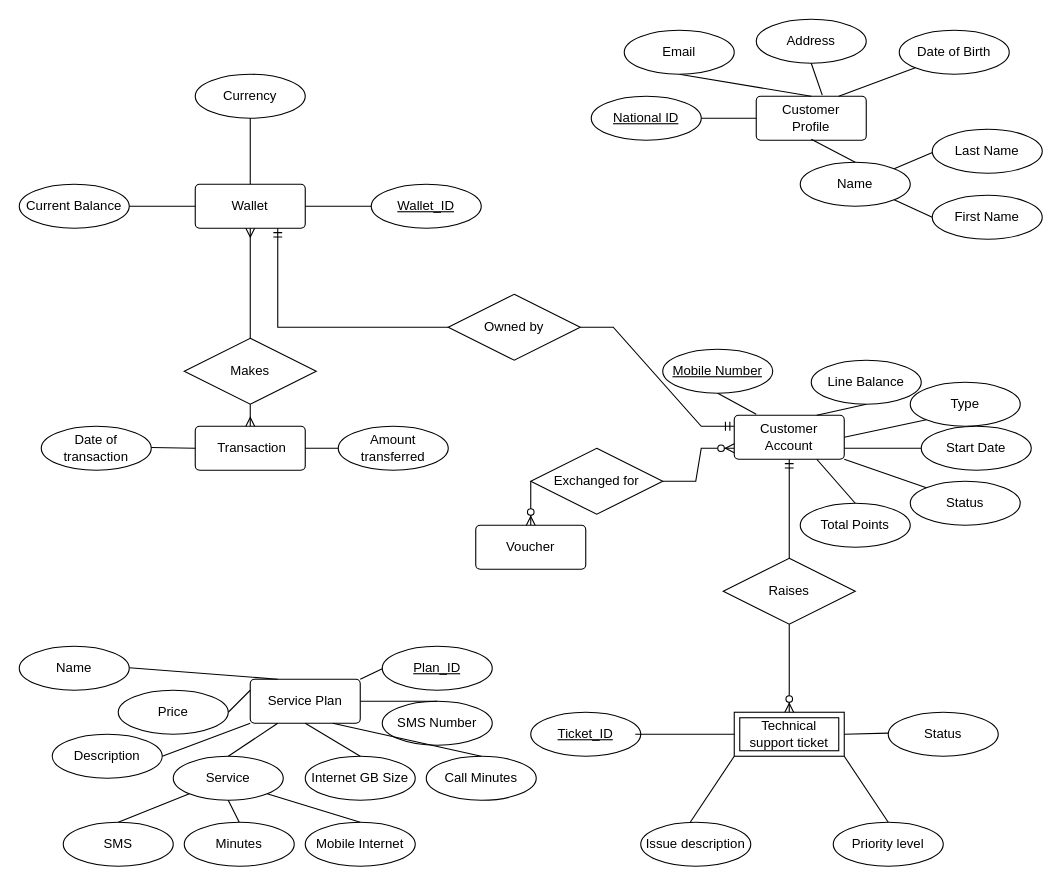
This is Untitled Diagram.drawio from itsfadymate/Customer-Data-Management-System, a draw.io file, before an edit. Source tidied: cells renumbered, new cells numbered last; positions are measured from the earlier drawing's top-left corner, leaving out a move shared by most shapes. Both pictures are drawn from the tidied source at 110%, with x=0, y=0 at pixel (19, 19).
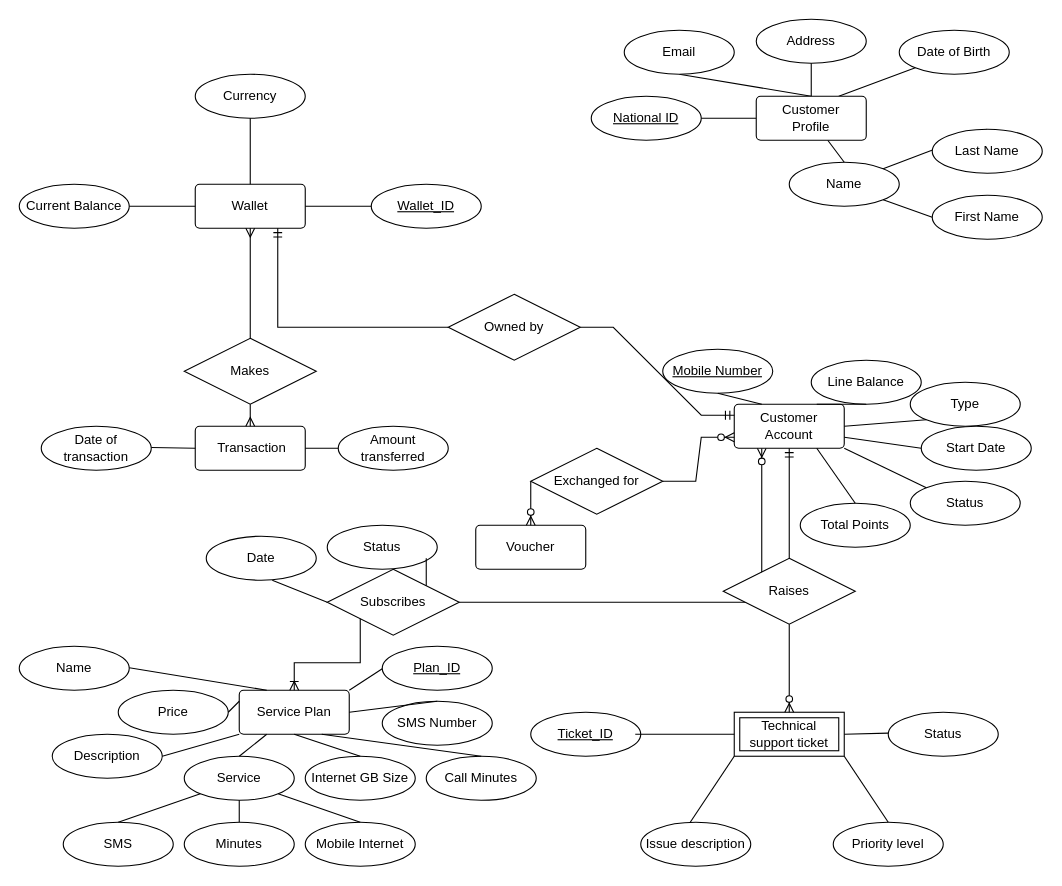
The same page after the edit.

Commit message:
added relation between service plan and customer account

Unchanged cells that the change refers to:
```xml
<mxCell id="27" value="Address" style="ellipse;whiteSpace=wrap;html=1;align=center;" parent="1" vertex="1">
  <mxGeometry x="670" width="100" height="40" as="geometry" />
</mxCell>
<mxCell id="48" value="Mobile Number" style="ellipse;whiteSpace=wrap;html=1;align=center;fontStyle=4;strokeColor=default;verticalAlign=middle;fontFamily=Helvetica;fontSize=12;fontColor=default;fillColor=default;" parent="1" vertex="1">
  <mxGeometry x="585" y="300" width="100" height="40" as="geometry" />
</mxCell>
<mxCell id="74" value="SMS Number" style="ellipse;whiteSpace=wrap;html=1;align=center;" parent="1" vertex="1">
  <mxGeometry x="330" y="620" width="100" height="40" as="geometry" />
</mxCell>
```

Change to the diagram source:
```diff
@@
+    <mxCell id="88" style="edgeStyle=orthogonalEdgeStyle;fontSize=12;html=1;endArrow=ERzeroToMany;endFill=1;rounded=0;fontFamily=Helvetica;fontColor=default;fontStyle=4;exitX=1;exitY=0.5;exitDx=0;exitDy=0;entryX=0.25;entryY=1;entryDx=0;entryDy=0;" parent="1" edge="1" source="89" target="10">
+      <mxGeometry relative="1" as="geometry" />
+    </mxCell>
@@
-    <mxCell id="9" value="Customer&lt;div&gt;Prof&lt;span style=&quot;background-color: initial;&quot;&gt;ile&lt;/span&gt;&lt;/div&gt;" style="rounded=1;arcSize=10;whiteSpace=wrap;html=1;align=center;" parent="1" vertex="1">
-      <mxGeometry x="670" y="70" width="100" height="40" as="geometry" />
-    </mxCell>
     <mxCell id="10" value="Customer Account" style="rounded=1;arcSize=10;whiteSpace=wrap;html=1;align=center;" parent="1" vertex="1">
-      <mxGeometry x="650" y="360" width="100" height="40" as="geometry" />
+      <mxGeometry x="650" y="350" width="100" height="40" as="geometry" />
     </mxCell>
@@
     <mxCell id="13" value="Name" style="ellipse;whiteSpace=wrap;html=1;align=center;" parent="1" vertex="1">
-      <mxGeometry x="710" y="130" width="100" height="40" as="geometry" />
+      <mxGeometry x="700" y="130" width="100" height="40" as="geometry" />
     </mxCell>
@@
-    <mxCell id="23" style="endArrow=none;html=1;rounded=0;entryX=0.5;entryY=0;entryDx=0;entryDy=0;" parent="1" edge="1" target="13">
-      <mxGeometry relative="1" as="geometry">
-        <mxPoint x="720" y="109" as="sourcePoint" />
-      </mxGeometry>
+    <mxCell id="23" style="endArrow=none;html=1;rounded=0;entryX=0.5;entryY=0;entryDx=0;entryDy=0;" parent="1" edge="1" source="9" target="13">
+      <mxGeometry relative="1" as="geometry" />
     </mxCell>
@@
-    <mxCell id="31" style="endArrow=none;html=1;rounded=0;fontFamily=Helvetica;fontSize=12;fontColor=default;fontStyle=4;exitX=0.5;exitY=1;exitDx=0;exitDy=0;" parent="1" edge="1" source="27">
-      <mxGeometry relative="1" as="geometry">
-        <mxPoint x="730" y="69" as="targetPoint" />
-      </mxGeometry>
+    <mxCell id="31" style="endArrow=none;html=1;rounded=0;fontFamily=Helvetica;fontSize=12;fontColor=default;fontStyle=4;exitX=0.5;exitY=1;exitDx=0;exitDy=0;entryX=0.5;entryY=0;entryDx=0;entryDy=0;" parent="1" edge="1" source="27" target="9">
+      <mxGeometry relative="1" as="geometry" />
     </mxCell>
@@
-    <mxCell id="50" style="endArrow=none;html=1;rounded=0;fontFamily=Helvetica;fontSize=12;fontColor=default;fontStyle=4;exitX=0.5;exitY=1;exitDx=0;exitDy=0;" parent="1" edge="1" source="48">
-      <mxGeometry relative="1" as="geometry">
-        <mxPoint x="670" y="359" as="targetPoint" />
-      </mxGeometry>
+    <mxCell id="50" style="endArrow=none;html=1;rounded=0;fontFamily=Helvetica;fontSize=12;fontColor=default;fontStyle=4;exitX=0.5;exitY=1;exitDx=0;exitDy=0;entryX=0.25;entryY=0;entryDx=0;entryDy=0;" parent="1" edge="1" source="48" target="10">
+      <mxGeometry relative="1" as="geometry" />
     </mxCell>
@@
     <mxCell id="63" value="Service Plan" style="rounded=1;arcSize=10;whiteSpace=wrap;html=1;align=center;" parent="1" vertex="1">
-      <mxGeometry x="210" y="600" width="100" height="40" as="geometry" />
+      <mxGeometry x="200" y="610" width="100" height="40" as="geometry" />
     </mxCell>
@@
     <mxCell id="65" value="Service" style="ellipse;whiteSpace=wrap;html=1;align=center;" parent="1" vertex="1">
-      <mxGeometry x="140" y="670" width="100" height="40" as="geometry" />
+      <mxGeometry x="150" y="670" width="100" height="40" as="geometry" />
     </mxCell>
@@
-    <mxCell id="80" style="endArrow=none;html=1;rounded=0;fontFamily=Helvetica;fontSize=12;fontColor=default;fontStyle=4;entryX=0.5;entryY=0;entryDx=0;entryDy=0;" parent="1" edge="1" target="74">
-      <mxGeometry relative="1" as="geometry">
-        <mxPoint x="310" y="620" as="sourcePoint" />
-      </mxGeometry>
+    <mxCell id="80" style="endArrow=none;html=1;rounded=0;fontFamily=Helvetica;fontSize=12;fontColor=default;fontStyle=4;entryX=0.5;entryY=0;entryDx=0;entryDy=0;exitX=1;exitY=0.5;exitDx=0;exitDy=0;" parent="1" edge="1" source="63" target="74">
+      <mxGeometry relative="1" as="geometry" />
     </mxCell>
@@
+    <mxCell id="89" value="Subscribes" style="shape=rhombus;perimeter=rhombusPerimeter;whiteSpace=wrap;html=1;align=center;rotation=0;" parent="1" vertex="1">
+      <mxGeometry x="280" y="500" width="120" height="60" as="geometry" />
+    </mxCell>
+    <mxCell id="90" value="Status" style="ellipse;whiteSpace=wrap;html=1;align=center;" parent="1" vertex="1">
+      <mxGeometry x="280" y="460" width="100" height="40" as="geometry" />
+    </mxCell>
+    <mxCell id="91" value="Date" style="ellipse;whiteSpace=wrap;html=1;align=center;" parent="1" vertex="1">
+      <mxGeometry x="170" y="470" width="100" height="40" as="geometry" />
+    </mxCell>
+    <mxCell id="92" style="endArrow=none;html=1;rounded=0;fontFamily=Helvetica;fontSize=12;fontColor=default;fontStyle=4;entryX=0;entryY=0.5;entryDx=0;entryDy=0;" parent="1" edge="1" target="89">
+      <mxGeometry relative="1" as="geometry">
+        <mxPoint x="230" y="510" as="sourcePoint" />
+      </mxGeometry>
+    </mxCell>
+    <mxCell id="93" style="endArrow=none;html=1;rounded=0;fontFamily=Helvetica;fontSize=12;fontColor=default;fontStyle=4;entryX=1;entryY=0;entryDx=0;entryDy=0;" parent="1" edge="1" target="89">
+      <mxGeometry relative="1" as="geometry">
+        <mxPoint x="370" y="490" as="sourcePoint" />
+      </mxGeometry>
+    </mxCell>
+    <mxCell id="94" style="endArrow=none;html=1;rounded=0;entryX=0.5;entryY=0;entryDx=0;entryDy=0;" parent="1" edge="1" target="9">
+      <mxGeometry relative="1" as="geometry">
+        <mxPoint x="720" y="109" as="sourcePoint" />
+      </mxGeometry>
+    </mxCell>
+    <mxCell id="9" value="Customer&lt;div&gt;Prof&lt;span style=&quot;background-color: initial;&quot;&gt;ile&lt;/span&gt;&lt;/div&gt;" style="rounded=1;arcSize=10;whiteSpace=wrap;html=1;align=center;" parent="1" vertex="1">
+      <mxGeometry x="670" y="70" width="100" height="40" as="geometry" />
+    </mxCell>
+    <mxCell id="95" style="edgeStyle=orthogonalEdgeStyle;fontSize=12;html=1;endArrow=ERoneToMany;rounded=0;fontFamily=Helvetica;fontColor=default;fontStyle=4;entryX=0.5;entryY=0;entryDx=0;entryDy=0;exitX=0;exitY=1;exitDx=0;exitDy=0;" parent="1" edge="1" source="89" target="63">
+      <mxGeometry relative="1" as="geometry" />
+    </mxCell>
```
